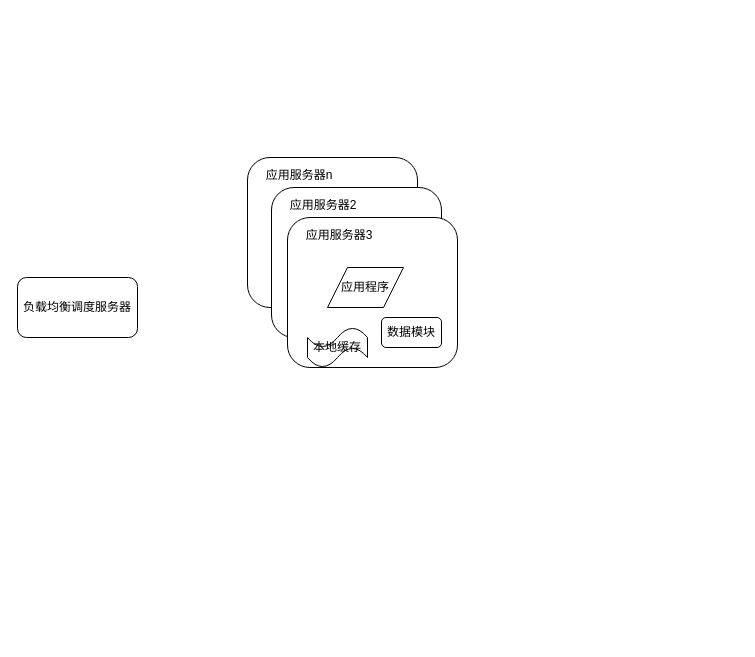
The draw.io diagram 汽车公司技术架构图.drawio in ammengke/my-drawio, before the edit. Source tidied: cells renumbered, new cells numbered last; positions are measured from the earlier drawing's top-left corner, leaving out a move shared by most shapes. Both pictures are drawn from the tidied source at 100%, with x=0, y=0 at pixel (17, 157).
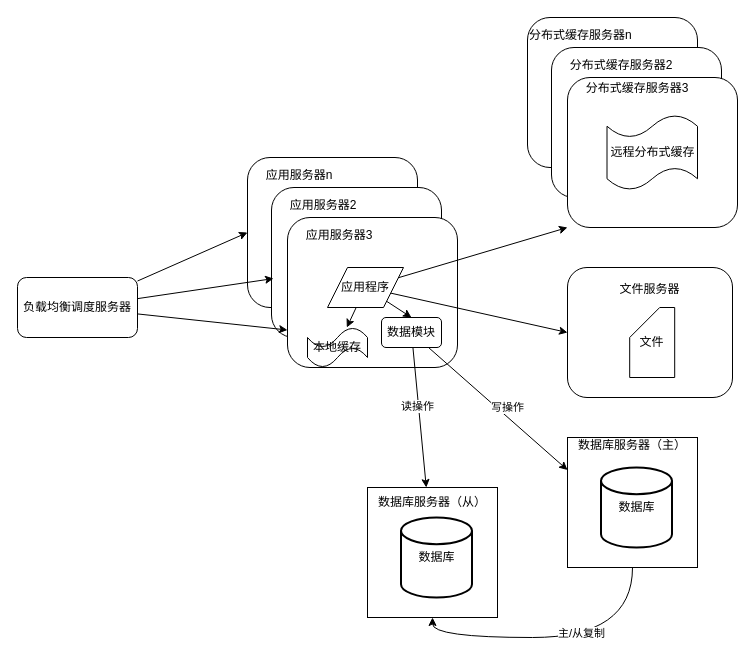
The same diagram, later.

Commit message:
更新汽车公司技术架构图.drawio

Unchanged cells that the change refers to:
```xml
<mxCell id="2" value="负载均衡调度服务器" style="rounded=1;whiteSpace=wrap;html=1;" parent="1" vertex="1">
  <mxGeometry y="120" width="120" height="60" as="geometry" />
</mxCell>
<mxCell id="3" value="&amp;nbsp; &amp;nbsp; &amp;nbsp;应用服务器n&lt;br&gt;&lt;br&gt;&lt;br&gt;&lt;br&gt;&lt;br&gt;&lt;br&gt;&lt;br&gt;&lt;br&gt;&lt;br&gt;" style="rounded=1;whiteSpace=wrap;html=1;align=left;" parent="1" vertex="1">
  <mxGeometry x="230" width="170" height="150" as="geometry" />
</mxCell>
<mxCell id="4" value="&amp;nbsp; &amp;nbsp; &amp;nbsp;应用服务器2&lt;br&gt;&lt;br&gt;&lt;br&gt;&lt;br&gt;&lt;br&gt;&lt;br&gt;&lt;br&gt;&lt;br&gt;&lt;br&gt;" style="rounded=1;whiteSpace=wrap;html=1;align=left;" parent="1" vertex="1">
  <mxGeometry x="254" y="30" width="170" height="150" as="geometry" />
</mxCell>
<mxCell id="5" value="&amp;nbsp; &amp;nbsp; &amp;nbsp;应用服务器3&lt;br&gt;&lt;br&gt;&lt;br&gt;&lt;br&gt;&lt;br&gt;&lt;br&gt;&lt;br&gt;&lt;br&gt;&lt;br&gt;" style="rounded=1;whiteSpace=wrap;html=1;align=left;" parent="1" vertex="1">
  <mxGeometry x="270" y="60" width="170" height="150" as="geometry" />
</mxCell>
<mxCell id="6" value="应用程序" style="shape=parallelogram;perimeter=parallelogramPerimeter;whiteSpace=wrap;html=1;fixedSize=1;" parent="1" vertex="1">
  <mxGeometry x="310" y="110" width="76" height="40" as="geometry" />
</mxCell>
<mxCell id="7" value="本地缓存" style="shape=tape;whiteSpace=wrap;html=1;size=0.5;" parent="1" vertex="1">
  <mxGeometry x="290" y="170" width="60" height="40" as="geometry" />
</mxCell>
<mxCell id="8" value="数据模块" style="rounded=1;whiteSpace=wrap;html=1;" parent="1" vertex="1">
  <mxGeometry x="364" y="160" width="60" height="30" as="geometry" />
</mxCell>
```

Change to the diagram source:
```diff
@@
+    <mxCell id="9" style="edgeStyle=orthogonalEdgeStyle;rounded=0;jettySize=auto;html=1;entryX=0.5;entryY=1;entryDx=0;entryDy=0;curved=1;exitX=0.5;exitY=1;exitDx=0;exitDy=0;" parent="1" edge="1" source="11" target="28">
+      <mxGeometry relative="1" as="geometry">
+        <Array as="points">
+          <mxPoint x="615" y="480" />
+          <mxPoint x="415" y="480" />
+        </Array>
+      </mxGeometry>
+    </mxCell>
+    <mxCell id="10" value="主/从复制" style="edgeLabel;html=1;align=center;verticalAlign=middle;" parent="9" vertex="1">
+      <mxGeometry x="-0.16" y="-5" relative="1" as="geometry" />
+    </mxCell>
+    <mxCell id="11" value="数据库服务器（主）&lt;br&gt;&lt;br&gt;&lt;br&gt;&lt;br&gt;&lt;br&gt;&lt;br&gt;&lt;br&gt;&lt;br&gt;&lt;br&gt;" style="whiteSpace=wrap;html=1;" parent="1" vertex="1">
+      <mxGeometry x="550" y="280" width="130" height="130" as="geometry" />
+    </mxCell>
+    <mxCell id="12" style="edgeStyle=none;rounded=0;jettySize=auto;html=1;entryX=0;entryY=0.5;entryDx=0;entryDy=0;" parent="1" edge="1" source="2" target="3">
+      <mxGeometry relative="1" as="geometry" />
+    </mxCell>
@@
+    <mxCell id="13" style="edgeStyle=none;rounded=0;jettySize=auto;html=1;entryX=0.5;entryY=0;entryDx=0;entryDy=0;" parent="1" edge="1" source="6" target="8">
+      <mxGeometry relative="1" as="geometry" />
+    </mxCell>
+    <mxCell id="14" style="edgeStyle=none;rounded=0;jettySize=auto;html=1;" parent="1" edge="1" source="6" target="7">
+      <mxGeometry relative="1" as="geometry" />
+    </mxCell>
+    <mxCell id="15" style="edgeStyle=none;rounded=0;jettySize=auto;html=1;entryX=0;entryY=1;entryDx=0;entryDy=0;" parent="1" edge="1" source="6" target="23">
+      <mxGeometry relative="1" as="geometry" />
+    </mxCell>
+    <mxCell id="16" style="edgeStyle=none;rounded=0;jettySize=auto;html=1;entryX=0;entryY=0.5;entryDx=0;entryDy=0;" parent="1" edge="1" source="6" target="25">
+      <mxGeometry relative="1" as="geometry" />
+    </mxCell>
@@
+    <mxCell id="17" style="rounded=0;jettySize=auto;html=1;entryX=0;entryY=0.25;entryDx=0;entryDy=0;" parent="1" edge="1" source="8" target="11">
+      <mxGeometry relative="1" as="geometry" />
+    </mxCell>
+    <mxCell id="18" value="写操作" style="edgeLabel;html=1;align=center;verticalAlign=middle;" parent="17" vertex="1">
+      <mxGeometry x="0.29" y="-1" relative="1" as="geometry">
+        <mxPoint x="-10" y="-20" as="offset" />
+      </mxGeometry>
+    </mxCell>
+    <mxCell id="19" style="edgeStyle=none;rounded=0;jettySize=auto;html=1;" parent="1" edge="1" source="8" target="28">
+      <mxGeometry relative="1" as="geometry" />
+    </mxCell>
+    <mxCell id="20" value="读操作" style="edgeLabel;html=1;align=center;verticalAlign=middle;" parent="19" vertex="1">
+      <mxGeometry x="-0.16" y="-2" relative="1" as="geometry" />
+    </mxCell>
@@
+    <mxCell id="21" value="分布式缓存服务器n&lt;br&gt;&lt;br&gt;&lt;br&gt;&lt;br&gt;&lt;br&gt;&lt;br&gt;&lt;br&gt;&lt;br&gt;&lt;br&gt;" style="rounded=1;whiteSpace=wrap;html=1;align=left;" parent="1" vertex="1">
+      <mxGeometry x="510" y="-140" width="170" height="150" as="geometry" />
+    </mxCell>
+    <mxCell id="22" value="&amp;nbsp; &amp;nbsp; &amp;nbsp;分布式缓存服务器2&lt;br&gt;&lt;br&gt;&lt;br&gt;&lt;br&gt;&lt;br&gt;&lt;br&gt;&lt;br&gt;&lt;br&gt;&lt;br&gt;" style="rounded=1;whiteSpace=wrap;html=1;align=left;" parent="1" vertex="1">
+      <mxGeometry x="534" y="-110" width="170" height="150" as="geometry" />
+    </mxCell>
+    <mxCell id="23" value="&amp;nbsp; &amp;nbsp; &amp;nbsp;分布式缓存服务器3&lt;br&gt;&lt;br&gt;&lt;br&gt;&lt;br&gt;&lt;br&gt;&lt;br&gt;&lt;br&gt;&lt;br&gt;&lt;br&gt;&lt;br&gt;" style="rounded=1;whiteSpace=wrap;html=1;align=left;" parent="1" vertex="1">
+      <mxGeometry x="550" y="-80" width="170" height="150" as="geometry" />
+    </mxCell>
+    <mxCell id="24" value="远程分布式缓存" style="shape=tape;whiteSpace=wrap;html=1;size=0.3;" parent="1" vertex="1">
+      <mxGeometry x="589.5" y="-42.5" width="90.5" height="75" as="geometry" />
+    </mxCell>
+    <mxCell id="25" value="文件服务器&lt;br&gt;&lt;br&gt;&lt;br&gt;&lt;br&gt;&lt;br&gt;&lt;br&gt;&lt;br&gt;" style="rounded=1;whiteSpace=wrap;html=1;" parent="1" vertex="1">
+      <mxGeometry x="550" y="110" width="165" height="130" as="geometry" />
+    </mxCell>
+    <mxCell id="26" value="文件" style="shape=card;whiteSpace=wrap;html=1;" parent="1" vertex="1">
+      <mxGeometry x="612.2" y="150" width="45" height="70" as="geometry" />
+    </mxCell>
+    <mxCell id="27" value="数据库" style="strokeWidth=2;html=1;shape=mxgraph.flowchart.database;whiteSpace=wrap;" parent="1" vertex="1">
+      <mxGeometry x="583.5" y="310" width="71" height="80" as="geometry" />
+    </mxCell>
+    <mxCell id="28" value="数据库服务器（从）&lt;br&gt;&lt;br&gt;&lt;br&gt;&lt;br&gt;&lt;br&gt;&lt;br&gt;&lt;br&gt;&lt;br&gt;" style="whiteSpace=wrap;html=1;" parent="1" vertex="1">
+      <mxGeometry x="350" y="330" width="130" height="130" as="geometry" />
+    </mxCell>
+    <mxCell id="29" value="数据库" style="strokeWidth=2;html=1;shape=mxgraph.flowchart.database;whiteSpace=wrap;" parent="1" vertex="1">
+      <mxGeometry x="383.5" y="360" width="71" height="80" as="geometry" />
+    </mxCell>
+    <mxCell id="30" style="edgeStyle=none;rounded=0;jettySize=auto;html=1;entryX=0.012;entryY=0.607;entryDx=0;entryDy=0;entryPerimeter=0;" parent="1" edge="1" source="2" target="4">
+      <mxGeometry relative="1" as="geometry" />
+    </mxCell>
+    <mxCell id="31" style="edgeStyle=none;rounded=0;jettySize=auto;html=1;entryX=0;entryY=0.75;entryDx=0;entryDy=0;" parent="1" edge="1" source="2" target="5">
+      <mxGeometry relative="1" as="geometry" />
+    </mxCell>
```
